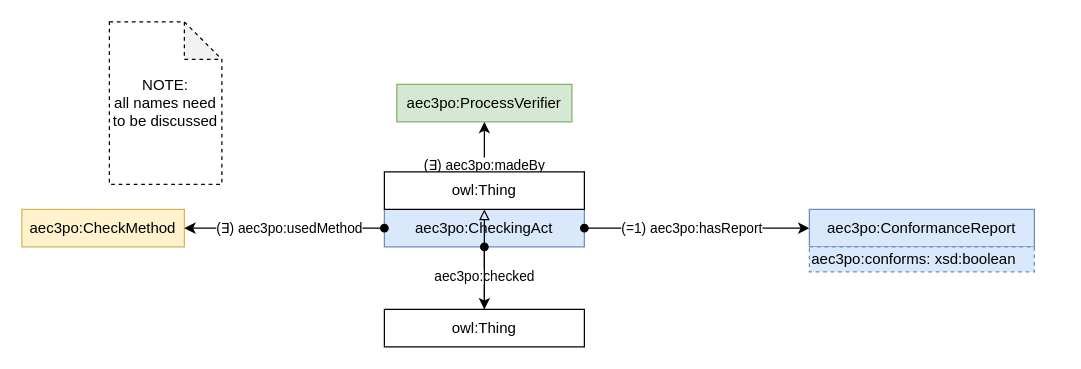
This is page "checking_act" (4 of 47) of src/aec3po.drawio from Accord-Project/aec3po, a draw.io file, before an edit. Source tidied: cells renumbered, new cells numbered last; positions are measured from the earlier drawing's top-left corner, leaving out a move shared by most shapes. Both pictures are drawn from the tidied source at 125%, with x=0, y=0 at pixel (21, 21).
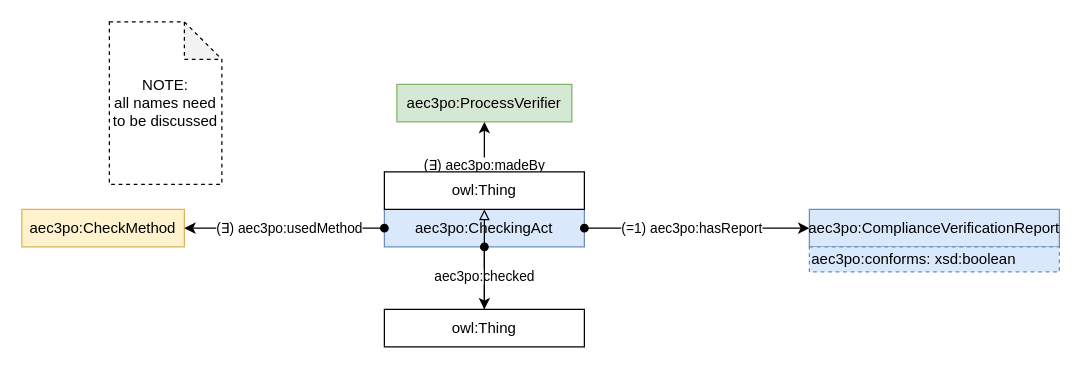
After the change.

What changed in the source:
```diff
@@
 <mxGraphModel>
   <root>
     <mxCell id="0" />
     <mxCell id="1" parent="0" />
     <mxCell id="2" value="aec3po:CheckMethod" style="rounded=0;whiteSpace=wrap;html=1;snapToPoint=1;points=[[0.1,0],[0.2,0],[0.3,0],[0.4,0],[0.5,0],[0.6,0],[0.7,0],[0.8,0],[0.9,0],[0,0.1],[0,0.3],[0,0.5],[0,0.7],[0,0.9],[0.1,1],[0.2,1],[0.3,1],[0.4,1],[0.5,1],[0.6,1],[0.7,1],[0.8,1],[0.9,1],[1,0.1],[1,0.3],[1,0.5],[1,0.7],[1,0.9]];fillColor=#fff2cc;strokeColor=#d6b656;" parent="1" vertex="1">
       <mxGeometry y="150" width="130" height="30" as="geometry" />
     </mxCell>
     <mxCell id="3" value="aec3po:CheckingAct" style="rounded=0;whiteSpace=wrap;html=1;snapToPoint=1;points=[[0.1,0],[0.2,0],[0.3,0],[0.4,0],[0.5,0],[0.6,0],[0.7,0],[0.8,0],[0.9,0],[0,0.1],[0,0.3],[0,0.5],[0,0.7],[0,0.9],[0.1,1],[0.2,1],[0.3,1],[0.4,1],[0.5,1],[0.6,1],[0.7,1],[0.8,1],[0.9,1],[1,0.1],[1,0.3],[1,0.5],[1,0.7],[1,0.9]];fillColor=#dae8fc;strokeColor=#6c8ebf;" parent="1" vertex="1">
       <mxGeometry x="290" y="150" width="160" height="30" as="geometry" />
     </mxCell>
     <mxCell id="4" value="aec3po:ProcessVerifier" style="rounded=0;whiteSpace=wrap;html=1;snapToPoint=1;points=[[0.1,0],[0.2,0],[0.3,0],[0.4,0],[0.5,0],[0.6,0],[0.7,0],[0.8,0],[0.9,0],[0,0.1],[0,0.3],[0,0.5],[0,0.7],[0,0.9],[0.1,1],[0.2,1],[0.3,1],[0.4,1],[0.5,1],[0.6,1],[0.7,1],[0.8,1],[0.9,1],[1,0.1],[1,0.3],[1,0.5],[1,0.7],[1,0.9]];fillColor=#d5e8d4;strokeColor=#82b366;" parent="1" vertex="1">
       <mxGeometry x="300" y="50" width="140" height="30" as="geometry" />
     </mxCell>
     <mxCell id="5" value="(∃) aec3po:madeBy" style="edgeStyle=orthogonalEdgeStyle;rounded=0;jettySize=auto;html=1;entryX=0.5;entryY=1;entryDx=0;entryDy=0;startArrow=none;startFill=0;endArrow=classic;endFill=1;exitX=0.5;exitY=0;exitDx=0;exitDy=0;" parent="1" edge="1" source="3" target="4">
       <mxGeometry relative="1" as="geometry" />
     </mxCell>
     <mxCell id="6" value="(∃) aec3po:usedMethod" style="edgeStyle=orthogonalEdgeStyle;rounded=0;jettySize=auto;html=1;startArrow=oval;startFill=1;endArrow=classic;endFill=1;" parent="1" edge="1" source="3" target="2">
       <mxGeometry x="-0.05" relative="1" as="geometry">
         <Array as="points">
           <mxPoint x="362" y="176" />
           <mxPoint x="200" y="176" />
         </Array>
       </mxGeometry>
     </mxCell>
     <mxCell id="7" value="NOTE: &lt;br&gt;all names need to be discussed" style="shape=note;whiteSpace=wrap;html=1;backgroundOutline=1;darkOpacity=0.05;fontSize=12;strokeColor=default;fillColor=none;dashed=1;" parent="1" vertex="1">
       <mxGeometry x="70" width="90" height="130" as="geometry" />
     </mxCell>
     <mxCell id="8" value="(=1) aec3po:hasReport" style="edgeStyle=orthogonalEdgeStyle;rounded=0;jettySize=auto;html=1;startArrow=oval;startFill=1;endArrow=classic;endFill=1;exitX=1;exitY=0.5;exitDx=0;exitDy=0;" parent="1" edge="1" source="3">
       <mxGeometry x="-0.05" relative="1" as="geometry">
         <mxPoint x="630" y="165" as="targetPoint" />
       </mxGeometry>
     </mxCell>
-    <mxCell id="9" value="aec3po:ConformanceReport" style="rounded=0;whiteSpace=wrap;html=1;fillColor=#dae8fc;strokeColor=#6c8ebf;" parent="1" vertex="1">
-      <mxGeometry x="630" y="150" width="180" height="30" as="geometry" />
+    <mxCell id="9" value="aec3po:ComplianceVerificationReport" style="rounded=0;whiteSpace=wrap;html=1;fillColor=#dae8fc;strokeColor=#6c8ebf;" parent="1" vertex="1">
+      <mxGeometry x="630" y="150" width="200" height="30" as="geometry" />
     </mxCell>
     <mxCell id="10" value="aec3po:conforms: xsd:boolean" style="rounded=0;whiteSpace=wrap;html=1;fillColor=#dae8fc;strokeColor=#6c8ebf;align=left;dashed=1;" parent="1" vertex="1">
-      <mxGeometry x="630" y="180" width="180" height="20" as="geometry" />
+      <mxGeometry x="630" y="180" width="200" height="20" as="geometry" />
     </mxCell>
     <mxCell id="11" value="aec3po:checked" style="edgeStyle=orthogonalEdgeStyle;rounded=0;jettySize=auto;html=1;startArrow=oval;startFill=1;endArrow=classic;endFill=1;exitX=0.5;exitY=1;exitDx=0;exitDy=0;" parent="1" edge="1" source="3">
       <mxGeometry x="-0.05" relative="1" as="geometry">
         <mxPoint x="370" y="230" as="targetPoint" />
       </mxGeometry>
     </mxCell>
     <mxCell id="12" style="edgeStyle=orthogonalEdgeStyle;shape=connector;rounded=0;jettySize=auto;html=1;labelBackgroundColor=default;strokeColor=default;fontFamily=Helvetica;fontSize=11;fontColor=default;endArrow=block;endFill=0;" parent="1" edge="1" source="13" target="14">
       <mxGeometry relative="1" as="geometry" />
     </mxCell>
     <mxCell id="13" value="owl:Thing" style="rounded=0;whiteSpace=wrap;html=1;snapToPoint=1;points=[[0.1,0],[0.2,0],[0.3,0],[0.4,0],[0.5,0],[0.6,0],[0.7,0],[0.8,0],[0.9,0],[0,0.1],[0,0.3],[0,0.5],[0,0.7],[0,0.9],[0.1,1],[0.2,1],[0.3,1],[0.4,1],[0.5,1],[0.6,1],[0.7,1],[0.8,1],[0.9,1],[1,0.1],[1,0.3],[1,0.5],[1,0.7],[1,0.9]];" parent="1" vertex="1">
       <mxGeometry x="290" y="230" width="160" height="30" as="geometry" />
     </mxCell>
     <mxCell id="14" value="owl:Thing" style="rounded=0;whiteSpace=wrap;html=1;snapToPoint=1;points=[[0.1,0],[0.2,0],[0.3,0],[0.4,0],[0.5,0],[0.6,0],[0.7,0],[0.8,0],[0.9,0],[0,0.1],[0,0.3],[0,0.5],[0,0.7],[0,0.9],[0.1,1],[0.2,1],[0.3,1],[0.4,1],[0.5,1],[0.6,1],[0.7,1],[0.8,1],[0.9,1],[1,0.1],[1,0.3],[1,0.5],[1,0.7],[1,0.9]];" parent="1" vertex="1">
       <mxGeometry x="290" y="120" width="160" height="30" as="geometry" />
     </mxCell>
   </root>
 </mxGraphModel>
```
